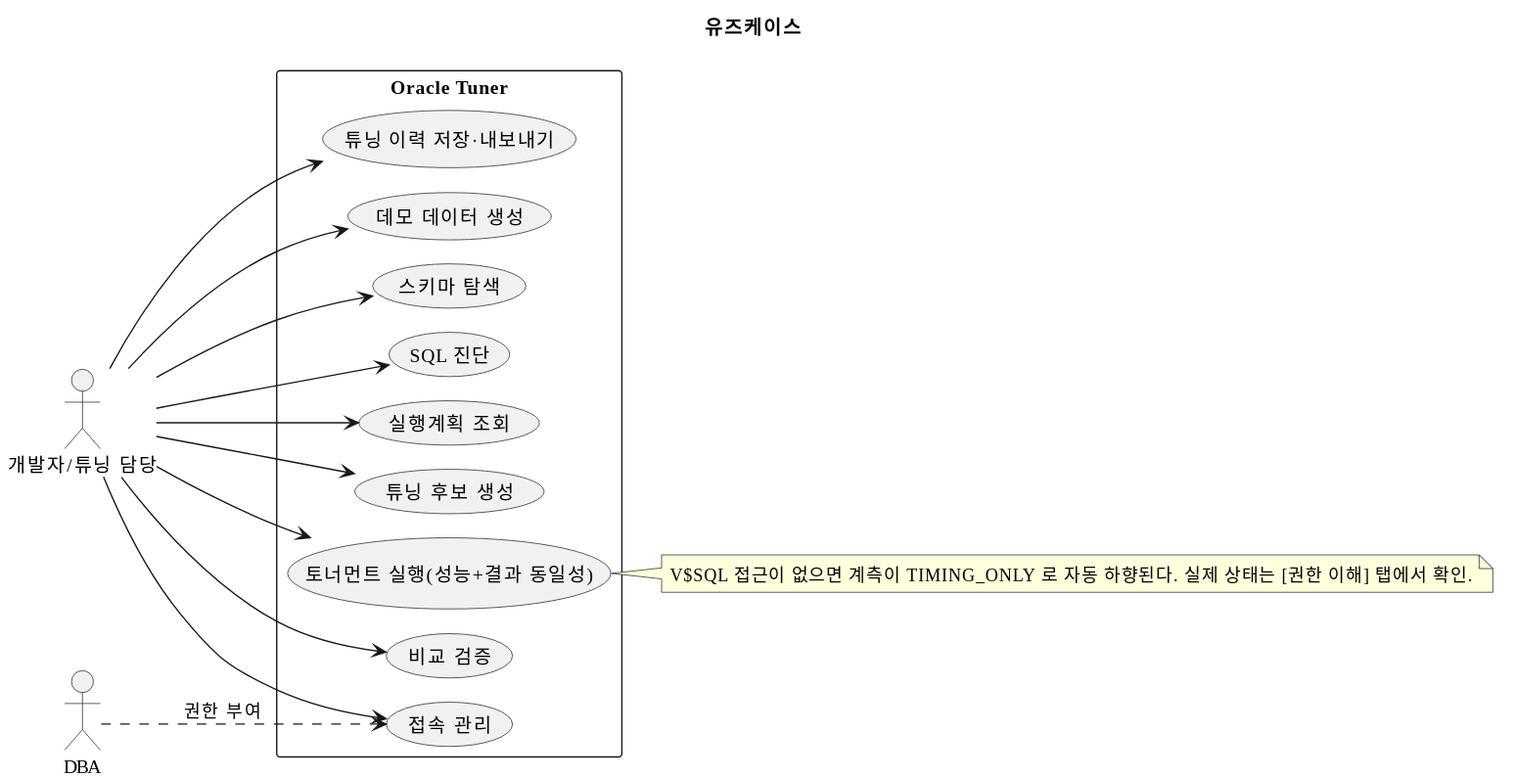
This is web/design/usecase.ko.svg from farmerkweon/OracleTuner, a PlantUML export, as it was before one commit.
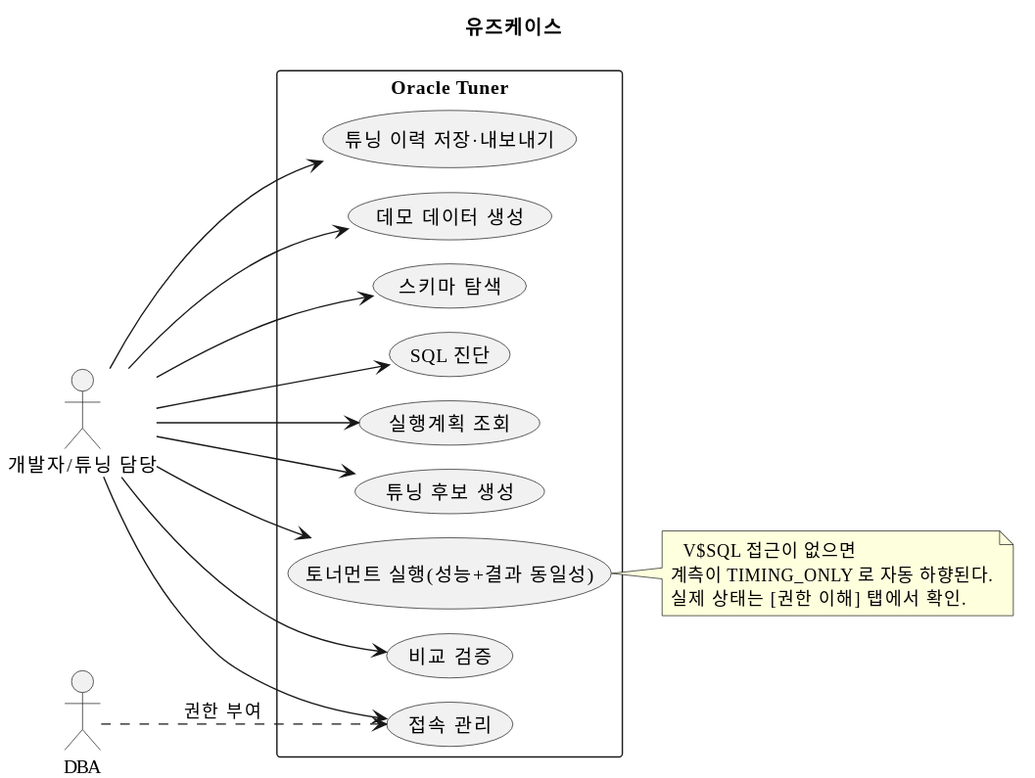
The same diagram one commit later.

The edit, as a diff of the source:
```diff
@@ -33,6 +33,8 @@
 DBA ..> UC1 : 권한 부여
 
 note right of UC6
-  V$SQL 접근이 없으면 계측이 TIMING_ONLY 로 자동 하향된다. 실제 상태는 [권한 이해] 탭에서 확인.
+  V$SQL 접근이 없으면
+계측이 TIMING_ONLY 로 자동 하향된다.
+실제 상태는 [권한 이해] 탭에서 확인.
 end note
 @enduml
```
